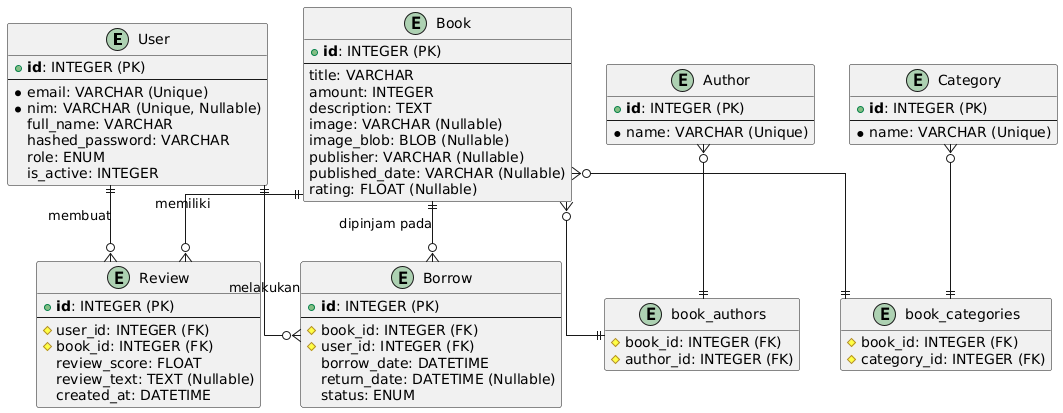
CSE-9124/E-PERSMIP keeps this PlantUML diagram as ERD.png. Above is the earlier version.
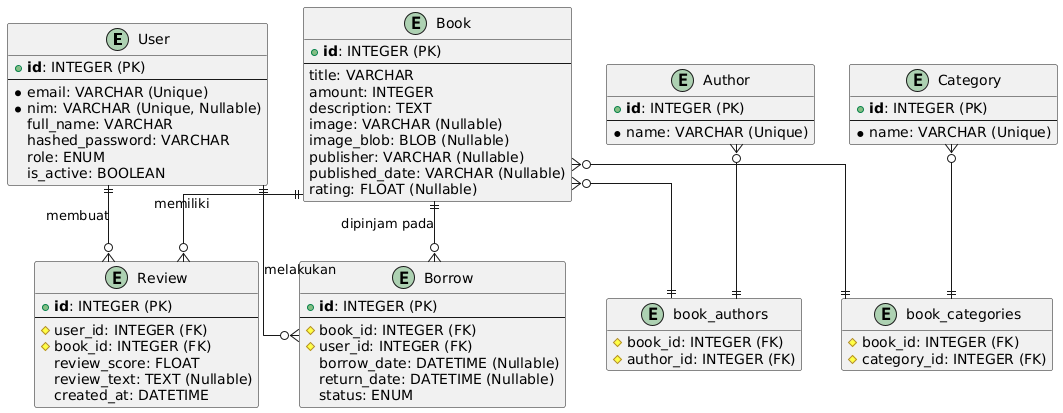
After the change.

Commit message:
docs: merevisi ERD sebelumnya

Diff of the diagram source:
```diff
@@ -11,7 +11,7 @@
   full_name: VARCHAR
   hashed_password: VARCHAR
   role: ENUM
-  is_active: INTEGER
+  is_active: BOOLEAN
 }
 
 entity "Book" as books {
@@ -54,7 +54,7 @@
   --
   # book_id: INTEGER (FK)
   # user_id: INTEGER (FK)
-  borrow_date: DATETIME
+  borrow_date: DATETIME (Nullable)
   return_date: DATETIME (Nullable)
   status: ENUM
 }
```
